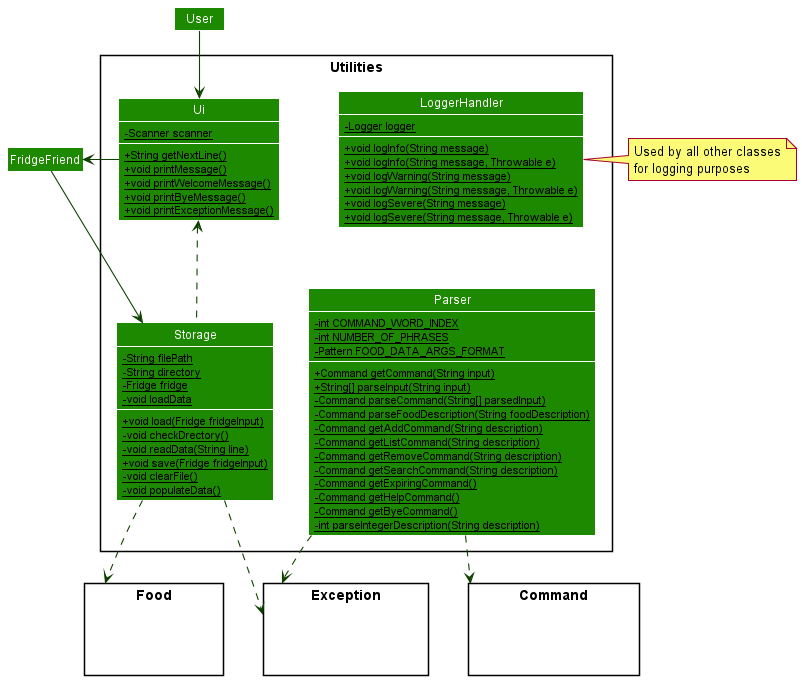
Earlier version of the PlantUML export docs/diagrams/diagram_images/UtilitiesClassDiagram.png (nus-cs2113-AY2021S2/tp). The source it was exported from:
```plantuml
@startuml UtilitiesClassDiagram
!include style.puml
skinparam arrowThickness 1.1
skinparam arrowColor UI_COLOR_T4
skinparam classBackgroundColor UI_COLOR
skinparam classAttributeIconSize 0

package Utilities <<Rectangle>> {
    class Ui
    class LoggerHandler
    class Storage
    class Parser
}

package Food <<Rectangle>> {
    class hiddenFood #FFFFFF
}

package Exception <<Rectangle>> {
    class hiddenException #FFFFFF
}

package Command <<Rectangle>>{
    class hiddenCommand #FFFFFF
}

class Ui {
  -{static} Scanner scanner
  +{static} String getNextLine()
  +{static} void printMessage()
  +{static} void printWelcomeMessage()
  +{static} void printByeMessage()
  +{static} void printExceptionMessage()
}

class LoggerHandler {
  -{static} Logger logger
  +{static} void logInfo(String message)
  +{static} void logInfo(String message, Throwable e)
  +{static} void logWarning(String message)
  +{static} void logWarning(String message, Throwable e)
  +{static} void logSevere(String message)
  +{static} void logSevere(String message, Throwable e)
}

class Storage {
  -{static} String filePath
  -{static} String directory
  -{static} Fridge fridge
  +{static} void load(Fridge fridgeInput)
  -{static} void checkDrectory()
  -{static} void loadData
  -{static} void readData(String line)
  +{static} void save(Fridge fridgeInput)
  -{static} void clearFile()
  -{static} void populateData()
}

class Parser {
  -{static} int COMMAND_WORD_INDEX
  -{static} int NUMBER_OF_PHRASES
  -{static} Pattern FOOD_DATA_ARGS_FORMAT
  +{static} Command getCommand(String input)
  +{static} String[] parseInput(String input)
  -{static} Command parseCommand(String[] parsedInput)
  -{static} Command parseFoodDescription(String foodDescription)
  -{static} Command getAddCommand(String description)
  -{static} Command getListCommand(String description)
  -{static} Command getRemoveCommand(String description)
  -{static} Command getSearchCommand(String description)
  -{static} Command getExpiringCommand()
  -{static} Command getHelpCommand()
  -{static} Command getByeCommand()
  -{static} int parseIntegerDescription(String description)
}


User -down-> Ui

Ui -left-> FridgeFriend

Storage .down.> Food
Storage .down.> Exception
Storage .up.> Ui

Parser ..> Exception
Parser ..> Command
Parser -[hidden]up-> LoggerHandler

FridgeFriend -right-> Storage

note right of LoggerHandler : Used by all other classes\nfor logging purposes

@enduml
```
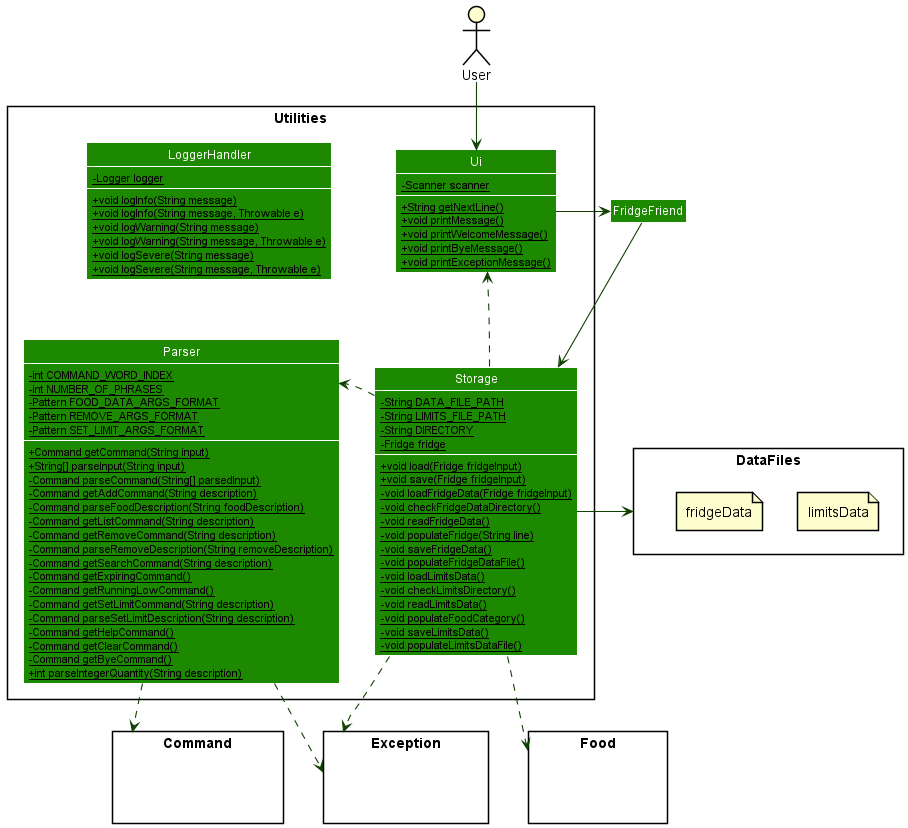
Above is the later version.

Diff of the diagram source:
```diff
@@ -1,15 +1,23 @@
 @startuml UtilitiesClassDiagram
+allow_mixing
 !include style.puml
 skinparam arrowThickness 1.1
 skinparam arrowColor UI_COLOR_T4
 skinparam classBackgroundColor UI_COLOR
 skinparam classAttributeIconSize 0
 
+actor User
+
 package Utilities <<Rectangle>> {
     class Ui
     class LoggerHandler
     class Storage
     class Parser
+}
+
+package DataFiles <<Rectangle>> {
+    file limitsData
+    file fridgeData
 }
 
 package Food <<Rectangle>> {
@@ -44,51 +52,70 @@
 }
 
 class Storage {
-  -{static} String filePath
-  -{static} String directory
+  -{static} String DATA_FILE_PATH
+  -{static} String LIMITS_FILE_PATH
+  -{static} String DIRECTORY
   -{static} Fridge fridge
   +{static} void load(Fridge fridgeInput)
-  -{static} void checkDrectory()
-  -{static} void loadData
-  -{static} void readData(String line)
   +{static} void save(Fridge fridgeInput)
-  -{static} void clearFile()
-  -{static} void populateData()
+  -{static} void loadFridgeData(Fridge fridgeInput)
+  -{static} void checkFridgeDataDirectory()
+  -{static} void readFridgeData()
+  -{static} void populateFridge(String line)
+  -{static} void saveFridgeData()
+  -{static} void populateFridgeDataFile()
+  -{static} void loadLimitsData()
+  -{static} void checkLimitsDirectory()
+  -{static} void readLimitsData()
+  -{static} void populateFoodCategory()
+  -{static} void saveLimitsData()
+  -{static} void populateLimitsDataFile()
 }
 
 class Parser {
   -{static} int COMMAND_WORD_INDEX
   -{static} int NUMBER_OF_PHRASES
   -{static} Pattern FOOD_DATA_ARGS_FORMAT
+  -{static} Pattern REMOVE_ARGS_FORMAT
+  -{static} Pattern SET_LIMIT_ARGS_FORMAT
   +{static} Command getCommand(String input)
   +{static} String[] parseInput(String input)
   -{static} Command parseCommand(String[] parsedInput)
+  -{static} Command getAddCommand(String description)
   -{static} Command parseFoodDescription(String foodDescription)
-  -{static} Command getAddCommand(String description)
   -{static} Command getListCommand(String description)
   -{static} Command getRemoveCommand(String description)
+  -{static} Command parseRemoveDescription(String removeDescription)
   -{static} Command getSearchCommand(String description)
   -{static} Command getExpiringCommand()
+  -{static} Command getRunningLowCommand()
+  -{static} Command getSetLimitCommand(String description)
+  -{static} Command parseSetLimitDescription(String description)
   -{static} Command getHelpCommand()
+  -{static} Command getClearCommand()
   -{static} Command getByeCommand()
-  -{static} int parseIntegerDescription(String description)
+  +{static} int parseIntegerQuantity(String description)
 }
 
+LoggerHandler -right[hidden]-> Ui
+LoggerHandler -down[hidden]-> Parser
+Parser -right[hidden]-> Storage
+Ui -down[hidden]-> Storage
+Command -right[hidden]-> Exception
+Exception -right[hidden]-> Food
+Ui -right-> FridgeFriend
+Storage -right-> DataFiles
+DataFiles -up[hidden]-> FridgeFriend
 
-User -down-> Ui
 
-Ui -left-> FridgeFriend
-
+User --> Ui
 Storage .down.> Food
 Storage .down.> Exception
-Storage .up.> Ui
+Storage ..> Ui
+Storage ..> Parser
+Parser .down.> Exception
+Parser .down.> Command
+FridgeFriend --> Storage
 
-Parser ..> Exception
-Parser ..> Command
-Parser -[hidden]up-> LoggerHandler
-
-FridgeFriend -right-> Storage
-
-note right of LoggerHandler : Used by all other classes\nfor logging purposes
 
 @enduml
```
